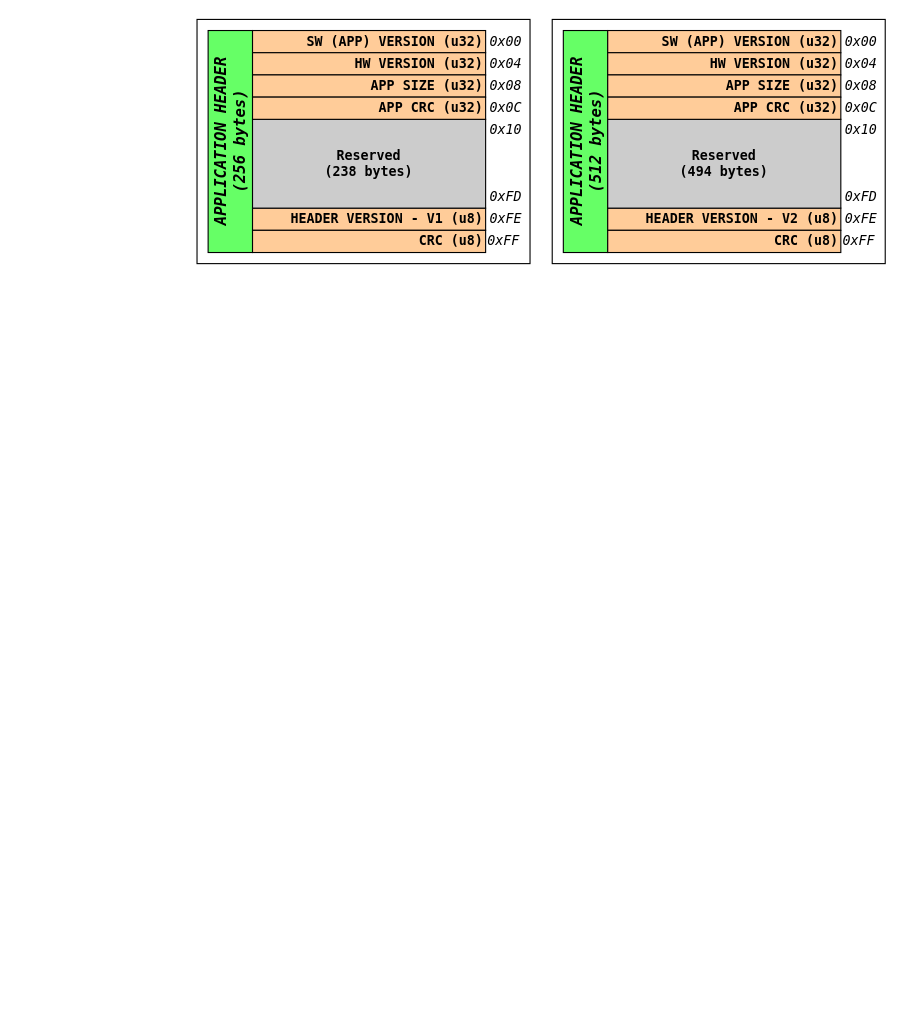
Earlier version of the draw.io diagram doc/Revision_drawings.drawio (GeneralEmbeddedCLibraries/revision). Source tidied: cells renumbered, new cells numbered last; positions are measured from the earlier drawing's top-left corner, leaving out a move shared by most shapes. Both pictures are drawn from the tidied source at 111%, with x=0, y=0 at pixel (196, 19).
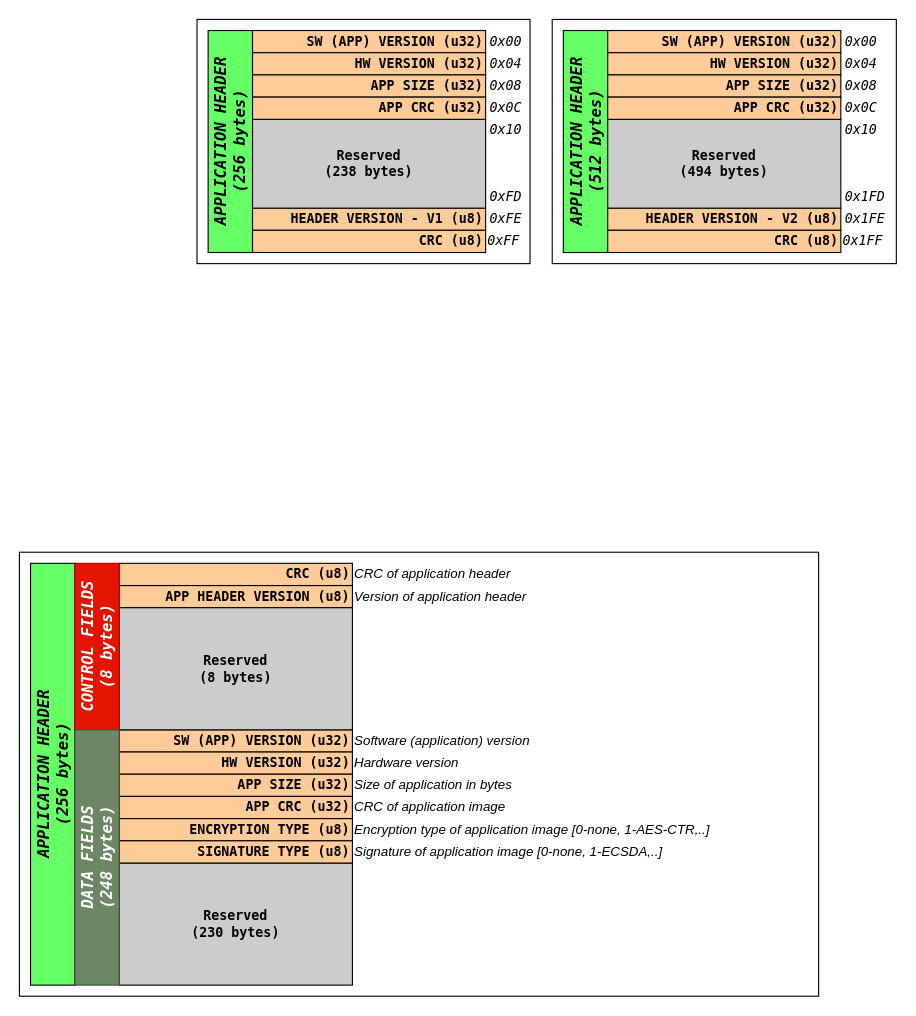
The same diagram, later.

Commit message (it also covers changes not shown here):
- added new definition of application header

Diff of the diagram source:
```diff
@@
+    <mxCell id="36" style="rounded=0;whiteSpace=wrap;html=1;" parent="1" vertex="1">
+      <mxGeometry x="-160" y="480" width="720" height="400" as="geometry" />
+    </mxCell>
@@
     <mxCell id="19" style="rounded=0;whiteSpace=wrap;html=1;" parent="1" vertex="1">
-      <mxGeometry x="320" width="300" height="220" as="geometry" />
+      <mxGeometry x="320" width="310" height="220" as="geometry" />
     </mxCell>
@@
-    <mxCell id="30" value="0xFF" style="text;html=1;strokeColor=none;fillColor=none;align=left;verticalAlign=middle;whiteSpace=wrap;rounded=0;strokeWidth=3;fontFamily=Lucida Console;fontStyle=2;" parent="1" vertex="1">
+    <mxCell id="30" value="0x1FF" style="text;html=1;strokeColor=none;fillColor=none;align=left;verticalAlign=middle;whiteSpace=wrap;rounded=0;strokeWidth=3;fontFamily=Lucida Console;fontStyle=2;" parent="1" vertex="1">
       <mxGeometry x="580" y="190" width="40" height="20" as="geometry" />
     </mxCell>
@@
-    <mxCell id="33" value="0xFE" style="text;html=1;strokeColor=none;fillColor=none;align=left;verticalAlign=middle;whiteSpace=wrap;rounded=0;strokeWidth=3;fontFamily=Lucida Console;fontStyle=2;" parent="1" vertex="1">
+    <mxCell id="33" value="0x1FE" style="text;html=1;strokeColor=none;fillColor=none;align=left;verticalAlign=middle;whiteSpace=wrap;rounded=0;strokeWidth=3;fontFamily=Lucida Console;fontStyle=2;" parent="1" vertex="1">
       <mxGeometry x="582" y="170" width="38" height="20" as="geometry" />
     </mxCell>
@@
-    <mxCell id="35" value="0xFD" style="text;html=1;strokeColor=none;fillColor=none;align=left;verticalAlign=middle;whiteSpace=wrap;rounded=0;strokeWidth=3;fontFamily=Lucida Console;fontStyle=2;" parent="1" vertex="1">
+    <mxCell id="35" value="0x1FD" style="text;html=1;strokeColor=none;fillColor=none;align=left;verticalAlign=middle;whiteSpace=wrap;rounded=0;strokeWidth=3;fontFamily=Lucida Console;fontStyle=2;" parent="1" vertex="1">
       <mxGeometry x="582" y="150" width="38" height="20" as="geometry" />
     </mxCell>
+    <mxCell id="37" value="APPLICATION HEADER&lt;br&gt;(256 bytes)" style="rounded=0;whiteSpace=wrap;html=1;strokeWidth=1;horizontal=0;fontStyle=3;fillColor=#66FF66;fontSize=14;fontFamily=Lucida Console;" parent="1" vertex="1">
+      <mxGeometry x="-150" y="490" width="40" height="380" as="geometry" />
+    </mxCell>
+    <mxCell id="38" value="APP HEADER VERSION (u8)" style="rounded=0;whiteSpace=wrap;html=1;strokeWidth=1;fontFamily=Lucida Console;fillColor=#FFCC99;fontStyle=1;align=right;" parent="1" vertex="1">
+      <mxGeometry x="-70" y="510" width="210" height="20" as="geometry" />
+    </mxCell>
+    <mxCell id="39" value="SW (APP) VERSION (u32)" style="rounded=0;whiteSpace=wrap;html=1;strokeWidth=1;fontFamily=Lucida Console;fillColor=#FFCC99;fontStyle=1;align=right;" parent="1" vertex="1">
+      <mxGeometry x="-70" y="640" width="210" height="20" as="geometry" />
+    </mxCell>
+    <mxCell id="40" value="HW VERSION (u32)" style="rounded=0;whiteSpace=wrap;html=1;strokeWidth=1;fontFamily=Lucida Console;fillColor=#FFCC99;fontStyle=1;align=right;" parent="1" vertex="1">
+      <mxGeometry x="-70" y="660" width="210" height="20" as="geometry" />
+    </mxCell>
+    <mxCell id="41" value="APP SIZE (u32)" style="rounded=0;whiteSpace=wrap;html=1;strokeWidth=1;fontFamily=Lucida Console;fillColor=#FFCC99;fontStyle=1;align=right;" parent="1" vertex="1">
+      <mxGeometry x="-70" y="680" width="210" height="20" as="geometry" />
+    </mxCell>
+    <mxCell id="42" value="CRC (u8)" style="rounded=0;whiteSpace=wrap;html=1;strokeWidth=1;fontFamily=Lucida Console;fillColor=#FFCC99;fontStyle=1;align=right;" parent="1" vertex="1">
+      <mxGeometry x="-70" y="490" width="210" height="20" as="geometry" />
+    </mxCell>
+    <mxCell id="43" value="Reserved&lt;br&gt;(230 bytes)" style="rounded=0;whiteSpace=wrap;html=1;strokeWidth=1;fontFamily=Lucida Console;fillColor=#CCCCCC;fontStyle=1;" parent="1" vertex="1">
+      <mxGeometry x="-70" y="760" width="210" height="110" as="geometry" />
+    </mxCell>
+    <mxCell id="44" value="APP CRC (u32)" style="rounded=0;whiteSpace=wrap;html=1;strokeWidth=1;fontFamily=Lucida Console;fillColor=#FFCC99;fontStyle=1;align=right;" parent="1" vertex="1">
+      <mxGeometry x="-70" y="700" width="210" height="20" as="geometry" />
+    </mxCell>
+    <mxCell id="45" value="ENCRYPTION TYPE (u8)" style="rounded=0;whiteSpace=wrap;html=1;strokeWidth=1;fontFamily=Lucida Console;fillColor=#FFCC99;fontStyle=1;align=right;" parent="1" vertex="1">
+      <mxGeometry x="-70" y="720" width="210" height="20" as="geometry" />
+    </mxCell>
+    <mxCell id="46" value="SIGNATURE TYPE (u8)" style="rounded=0;whiteSpace=wrap;html=1;strokeWidth=1;fontFamily=Lucida Console;fillColor=#FFCC99;fontStyle=1;align=right;" parent="1" vertex="1">
+      <mxGeometry x="-70" y="740" width="210" height="20" as="geometry" />
+    </mxCell>
+    <mxCell id="47" value="Reserved&lt;br&gt;(8 bytes)" style="rounded=0;whiteSpace=wrap;html=1;strokeWidth=1;fontFamily=Lucida Console;fillColor=#CCCCCC;fontStyle=1;" parent="1" vertex="1">
+      <mxGeometry x="-70" y="530" width="210" height="110" as="geometry" />
+    </mxCell>
+    <mxCell id="48" value="CONTROL FIELDS&lt;br&gt;(8 bytes)" style="rounded=0;whiteSpace=wrap;html=1;strokeWidth=1;horizontal=0;fontStyle=3;fillColor=#e51400;fontSize=14;fontFamily=Lucida Console;strokeColor=#B20000;fontColor=#ffffff;" parent="1" vertex="1">
+      <mxGeometry x="-110" y="490" width="40" height="150" as="geometry" />
+    </mxCell>
+    <mxCell id="49" value="DATA FIELDS&lt;br&gt;(248 bytes)" style="rounded=0;whiteSpace=wrap;html=1;strokeWidth=1;horizontal=0;fontStyle=3;fillColor=#6d8764;fontSize=14;fontFamily=Lucida Console;strokeColor=#3A5431;fontColor=#ffffff;" parent="1" vertex="1">
+      <mxGeometry x="-110" y="640" width="40" height="230" as="geometry" />
+    </mxCell>
+    <mxCell id="50" value="CRC of application header" style="text;html=1;strokeColor=none;fillColor=none;align=left;verticalAlign=middle;whiteSpace=wrap;rounded=0;fontStyle=2;" parent="1" vertex="1">
+      <mxGeometry x="140" y="490" width="270" height="20" as="geometry" />
+    </mxCell>
+    <mxCell id="51" value="Version of application header&amp;nbsp;" style="text;html=1;strokeColor=none;fillColor=none;align=left;verticalAlign=middle;whiteSpace=wrap;rounded=0;fontStyle=2;" parent="1" vertex="1">
+      <mxGeometry x="140" y="510" width="270" height="20" as="geometry" />
+    </mxCell>
+    <mxCell id="52" value="Software (application) version" style="text;html=1;strokeColor=none;fillColor=none;align=left;verticalAlign=middle;whiteSpace=wrap;rounded=0;fontStyle=2;" parent="1" vertex="1">
+      <mxGeometry x="140" y="640" width="270" height="20" as="geometry" />
+    </mxCell>
+    <mxCell id="53" value="Hardware version" style="text;html=1;strokeColor=none;fillColor=none;align=left;verticalAlign=middle;whiteSpace=wrap;rounded=0;fontStyle=2;" parent="1" vertex="1">
+      <mxGeometry x="140" y="660" width="270" height="20" as="geometry" />
+    </mxCell>
+    <mxCell id="54" value="Size of application in bytes" style="text;html=1;strokeColor=none;fillColor=none;align=left;verticalAlign=middle;whiteSpace=wrap;rounded=0;fontStyle=2;" parent="1" vertex="1">
+      <mxGeometry x="140" y="680" width="270" height="20" as="geometry" />
+    </mxCell>
+    <mxCell id="55" value="CRC of application image" style="text;html=1;strokeColor=none;fillColor=none;align=left;verticalAlign=middle;whiteSpace=wrap;rounded=0;fontStyle=2;" parent="1" vertex="1">
+      <mxGeometry x="140" y="700" width="270" height="20" as="geometry" />
+    </mxCell>
+    <mxCell id="56" value="Encryption type of application image [0-none, 1-AES-CTR,..]" style="text;html=1;strokeColor=none;fillColor=none;align=left;verticalAlign=middle;whiteSpace=wrap;rounded=0;fontStyle=2;" parent="1" vertex="1">
+      <mxGeometry x="140" y="720" width="420" height="20" as="geometry" />
+    </mxCell>
+    <mxCell id="57" value="Signature of application image [0-none, 1-ECSDA,..]" style="text;html=1;strokeColor=none;fillColor=none;align=left;verticalAlign=middle;whiteSpace=wrap;rounded=0;fontStyle=2;" parent="1" vertex="1">
+      <mxGeometry x="140" y="740" width="420" height="20" as="geometry" />
+    </mxCell>
```
